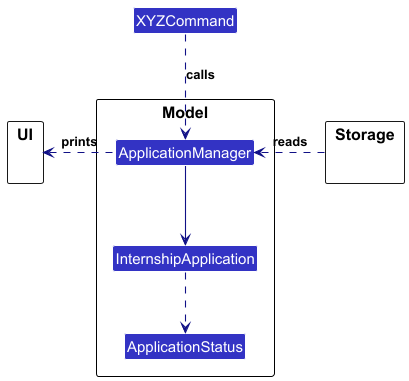
Earlier version of the PlantUML export docs/diagrams/class-diagrams/ModelClassDiagram.png (irfandeen/tp). Its diagram source:
```plantuml
@startuml
!include ../../style.puml

skinparam arrowThickness 1.1
skinparam arrowColor LOGIC_COLOR_T4
skinparam classBackgroundColor LOGIC_COLOR

class XYZCommand

package "Model" as ModelPackage {
    class ApplicationManager
    class InternshipApplication
    class ApplicationStatus {
    }
}

package "UI" {
}
package "Storage" {
}

XYZCommand .down.> ApplicationManager : «calls»
ApplicationManager .left.> "UI" : «prints»
"Storage" .right.> ApplicationManager : «reads»
ApplicationManager --> InternshipApplication
InternshipApplication ..> ApplicationStatus

@enduml
```
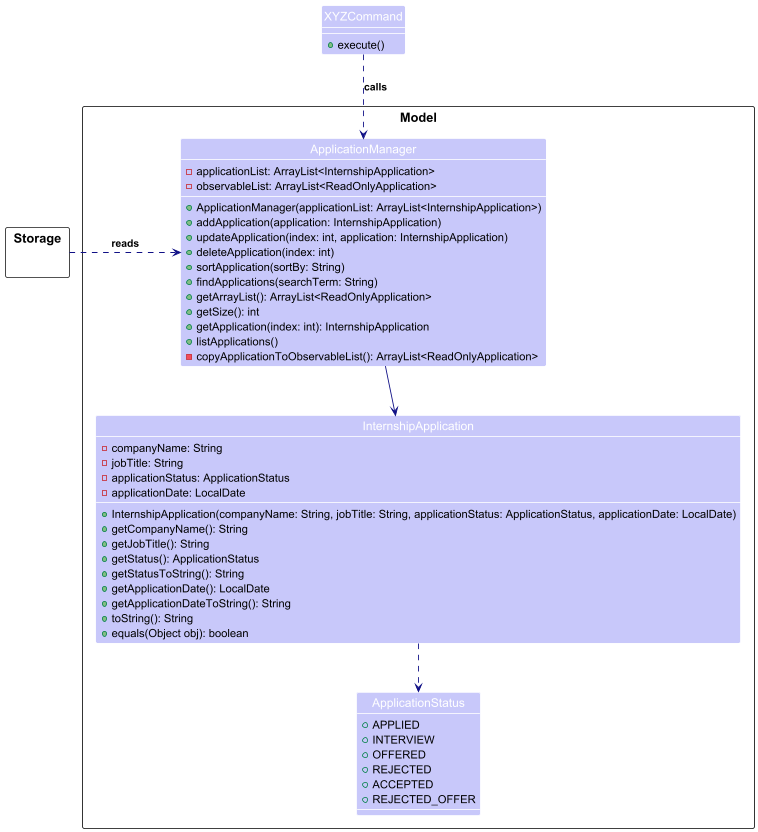
After the change.

Diff of the diagram source:
```diff
@@ -3,24 +3,59 @@
 
 skinparam arrowThickness 1.1
 skinparam arrowColor LOGIC_COLOR_T4
-skinparam classBackgroundColor LOGIC_COLOR
+skinparam classBackgroundColor LOGIC_COLOR_T1
 
-class XYZCommand
+class XYZCommand {
+  +execute()
+}
 
 package "Model" as ModelPackage {
-    class ApplicationManager
-    class InternshipApplication
+    class ApplicationManager {
+        -applicationList: ArrayList<InternshipApplication>
+        -observableList: ArrayList<ReadOnlyApplication>
+        +ApplicationManager(applicationList: ArrayList<InternshipApplication>)
+        +addApplication(application: InternshipApplication)
+        +updateApplication(index: int, application: InternshipApplication)
+        +deleteApplication(index: int)
+        +sortApplication(sortBy: String)
+        +findApplications(searchTerm: String)
+        +getArrayList(): ArrayList<ReadOnlyApplication>
+        +getSize(): int
+        +getApplication(index: int): InternshipApplication
+        +listApplications()
+        -copyApplicationToObservableList(): ArrayList<ReadOnlyApplication>
+    }
+
+    class InternshipApplication {
+        -companyName: String
+        -jobTitle: String
+        -applicationStatus: ApplicationStatus
+        -applicationDate: LocalDate
+        +InternshipApplication(companyName: String, jobTitle: String, applicationStatus: ApplicationStatus, applicationDate: LocalDate)
+        +getCompanyName(): String
+        +getJobTitle(): String
+        +getStatus(): ApplicationStatus
+        +getStatusToString(): String
+        +getApplicationDate(): LocalDate
+        +getApplicationDateToString(): String
+        +toString(): String
+        +equals(Object obj): boolean
+    }
+
     class ApplicationStatus {
+        +APPLIED
+        +INTERVIEW
+        +OFFERED
+        +REJECTED
+        +ACCEPTED
+        +REJECTED_OFFER
     }
 }
 
-package "UI" {
-}
 package "Storage" {
 }
 
 XYZCommand .down.> ApplicationManager : «calls»
-ApplicationManager .left.> "UI" : «prints»
 "Storage" .right.> ApplicationManager : «reads»
 ApplicationManager --> InternshipApplication
 InternshipApplication ..> ApplicationStatus
```
